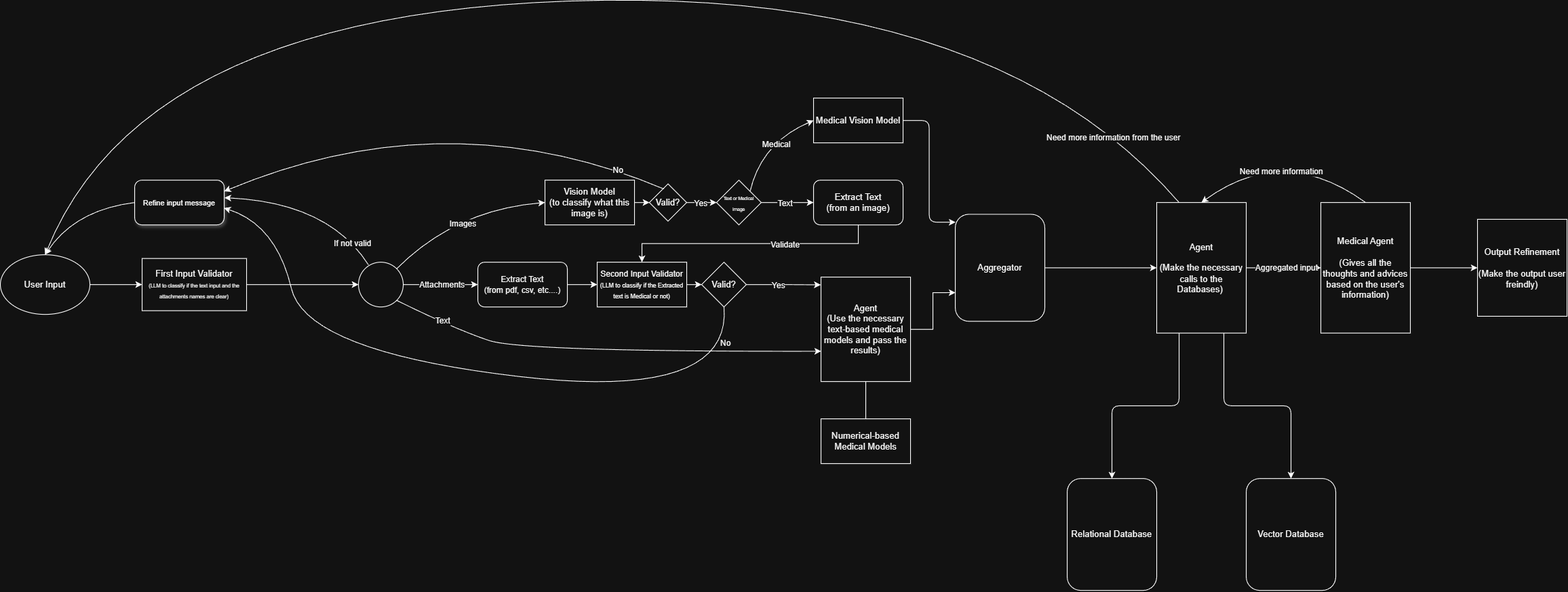
Above: Workflow Diagram/Workflow Diagram.drawio.png in Health-Agentic-AI/Health-Navigator (draw.io), before the change. Source tidied: cells renumbered, new cells last; positions are measured from the earlier drawing's top-left corner, leaving out a move shared by most shapes.
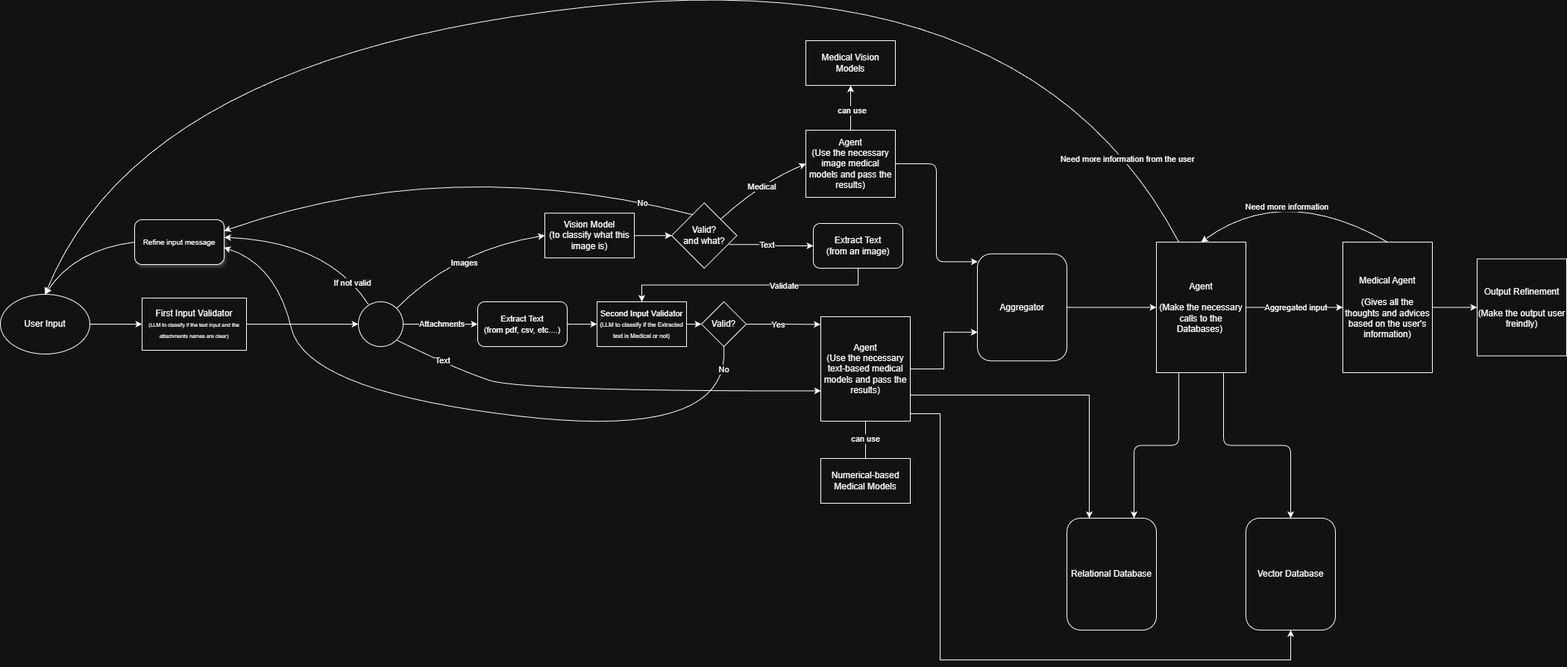
The same diagram one commit later.

Commit message:
Imporve the website's interface and update the workflow diagram

Diff of the diagram source:
```diff
@@ -43,11 +43,11 @@
     <mxCell id="12" value="&lt;span style=&quot;font-size: 10px;&quot;&gt;Refine input message&lt;/span&gt;" style="rounded=1;whiteSpace=wrap;html=1;direction=east;gradientColor=none;arcSize=16;shadow=1;glass=0;" parent="1" vertex="1">
       <mxGeometry x="180" y="260" width="120" height="60" as="geometry" />
     </mxCell>
-    <mxCell id="13" style="edgeStyle=orthogonalEdgeStyle;rounded=0;jettySize=auto;html=1;" parent="1" edge="1" source="14" target="23">
-      <mxGeometry relative="1" as="geometry" />
-    </mxCell>
+    <mxCell id="63" style="edgeStyle=orthogonalEdgeStyle;rounded=0;jettySize=auto;html=1;" parent="1" edge="1" source="14" target="65">
+      <mxGeometry relative="1" as="geometry" />
+    </mxCell>
     <mxCell id="14" value="Vision Model&lt;div&gt;(to classify what this image is)&lt;/div&gt;" style="rounded=0;whiteSpace=wrap;html=1;" parent="1" vertex="1">
-      <mxGeometry x="730" y="260" width="120" height="60" as="geometry" />
+      <mxGeometry x="730" y="251.2" width="120" height="60" as="geometry" />
     </mxCell>
     <mxCell id="15" style="edgeStyle=orthogonalEdgeStyle;jettySize=auto;html=1;exitX=1;exitY=0.5;exitDx=0;exitDy=0;entryX=0;entryY=0.5;entryDx=0;entryDy=0;" parent="1" edge="1" source="16" target="30">
       <mxGeometry relative="1" as="geometry" />
@@ -73,37 +73,37 @@
         </Array>
       </mxGeometry>
     </mxCell>
-    <mxCell id="20" value="Text" style="edgeLabel;html=1;align=center;verticalAlign=middle;" parent="19" vertex="1">
-      <mxGeometry x="-0.77" y="3" relative="1" as="geometry" />
-    </mxCell>
-    <mxCell id="21" style="edgeStyle=orthogonalEdgeStyle;jettySize=auto;html=1;exitX=1;exitY=0.5;exitDx=0;exitDy=0;entryX=0;entryY=0.5;entryDx=0;entryDy=0;" parent="1" edge="1" source="23" target="41">
-      <mxGeometry relative="1" as="geometry" />
-    </mxCell>
-    <mxCell id="22" value="Yes" style="edgeLabel;html=1;align=center;verticalAlign=middle;" parent="21" vertex="1">
-      <mxGeometry x="-0.12" relative="1" as="geometry" />
-    </mxCell>
-    <mxCell id="23" value="Valid?" style="rhombus;whiteSpace=wrap;html=1;rounded=0;" parent="1" vertex="1">
-      <mxGeometry x="870" y="265" width="50" height="50" as="geometry" />
-    </mxCell>
+    <mxCell id="64" value="Text" style="edgeLabel;html=1;align=center;verticalAlign=middle;" parent="19" vertex="1">
+      <mxGeometry x="-0.77" y="3" relative="1" as="geometry" />
+    </mxCell>
+    <mxCell id="65" value="Valid?&lt;div&gt;and what?&lt;/div&gt;" style="rhombus;whiteSpace=wrap;html=1;rounded=0;" parent="1" vertex="1">
+      <mxGeometry x="900" y="237.5" width="87.5" height="87.5" as="geometry" />
+    </mxCell>
     <mxCell id="24" style="edgeStyle=orthogonalEdgeStyle;rounded=0;jettySize=auto;html=1;exitX=0.5;exitY=1;exitDx=0;exitDy=0;entryX=0.5;entryY=0;entryDx=0;entryDy=0;" parent="1" edge="1" source="44" target="30">
       <mxGeometry relative="1" as="geometry" />
     </mxCell>
     <mxCell id="25" value="Validate" style="edgeLabel;html=1;align=center;verticalAlign=middle;" parent="24" vertex="1">
       <mxGeometry x="-0.27" y="1" relative="1" as="geometry" />
     </mxCell>
-    <mxCell id="26" value="Medical Vision Model" style="whiteSpace=wrap;html=1;rounded=0;" parent="1" vertex="1">
-      <mxGeometry x="1090" y="150" width="120" height="60" as="geometry" />
-    </mxCell>
-    <mxCell id="27" style="curved=1;endArrow=classic;html=1;entryX=1;entryY=0.25;entryDx=0;entryDy=0;exitX=0.39;exitY=0.137;exitDx=0;exitDy=0;exitPerimeter=0;" parent="1" edge="1" source="23" target="12">
-      <mxGeometry relative="1" as="geometry">
-        <Array as="points">
-          <mxPoint x="600" y="150" />
-        </Array>
-      </mxGeometry>
-    </mxCell>
-    <mxCell id="28" value="No" style="edgeLabel;html=1;align=center;verticalAlign=middle;" parent="27" vertex="1">
-      <mxGeometry x="-0.79" y="1" relative="1" as="geometry" />
-    </mxCell>
+    <mxCell id="66" style="edgeStyle=orthogonalEdgeStyle;rounded=0;jettySize=auto;html=1;exitX=0.5;exitY=0;exitDx=0;exitDy=0;entryX=0.5;entryY=1;entryDx=0;entryDy=0;" parent="1" edge="1" source="68" target="80">
+      <mxGeometry relative="1" as="geometry" />
+    </mxCell>
+    <mxCell id="67" value="can use" style="edgeLabel;html=1;align=center;verticalAlign=middle;" parent="66" vertex="1">
+      <mxGeometry x="-0.11" y="-1" relative="1" as="geometry" />
+    </mxCell>
+    <mxCell id="68" value="Agent&lt;div&gt;(Use the necessary image medical models and pass the results)&lt;/div&gt;" style="whiteSpace=wrap;html=1;rounded=0;" parent="1" vertex="1">
+      <mxGeometry x="1080" y="140" width="120" height="90" as="geometry" />
+    </mxCell>
+    <mxCell id="69" style="curved=1;endArrow=classic;html=1;entryX=1;entryY=0.25;entryDx=0;entryDy=0;exitX=0.32;exitY=0.179;exitDx=0;exitDy=0;exitPerimeter=0;" parent="1" edge="1" source="65" target="12">
+      <mxGeometry relative="1" as="geometry">
+        <Array as="points">
+          <mxPoint x="600" y="170" />
+        </Array>
+      </mxGeometry>
+    </mxCell>
+    <mxCell id="70" value="No" style="edgeLabel;html=1;align=center;verticalAlign=middle;" parent="69" vertex="1">
+      <mxGeometry x="-0.79" y="1" relative="1" as="geometry" />
+    </mxCell>
     <mxCell id="29" style="edgeStyle=orthogonalEdgeStyle;jettySize=auto;html=1;" parent="1" edge="1" source="30" target="33">
       <mxGeometry relative="1" as="geometry" />
     </mxCell>
@@ -113,9 +113,9 @@
     <mxCell id="31" style="edgeStyle=orthogonalEdgeStyle;jettySize=auto;html=1;entryX=-0.003;entryY=0.074;entryDx=0;entryDy=0;entryPerimeter=0;" parent="1" edge="1" source="33" target="55">
       <mxGeometry relative="1" as="geometry" />
     </mxCell>
-    <mxCell id="32" value="Yes" style="edgeLabel;html=1;align=center;verticalAlign=middle;" parent="31" vertex="1">
-      <mxGeometry x="-0.15" relative="1" as="geometry" />
-    </mxCell>
+    <mxCell id="71" value="Yes" style="edgeLabel;html=1;align=center;verticalAlign=middle;" parent="31" vertex="1">
+      <mxGeometry x="-0.15" relative="1" as="geometry" />
+    </mxCell>
     <mxCell id="33" value="Valid?" style="rhombus;whiteSpace=wrap;html=1;rounded=0;" parent="1" vertex="1">
       <mxGeometry x="940" y="370" width="60" height="60" as="geometry" />
     </mxCell>
@@ -128,44 +128,45 @@
         </Array>
       </mxGeometry>
     </mxCell>
-    <mxCell id="35" value="No" style="edgeLabel;html=1;align=center;verticalAlign=middle;" parent="34" vertex="1">
-      <mxGeometry x="-0.9" y="-2" relative="1" as="geometry" />
-    </mxCell>
+    <mxCell id="72" value="No" style="edgeLabel;html=1;align=center;verticalAlign=middle;" parent="34" vertex="1">
+      <mxGeometry x="-0.9" y="-2" relative="1" as="geometry">
+        <mxPoint x="-2" y="-18" as="offset" />
+      </mxGeometry>
+    </mxCell>
     <mxCell id="36" style="edgeStyle=orthogonalEdgeStyle;jettySize=auto;html=1;exitX=1;exitY=0.5;exitDx=0;exitDy=0;" parent="1" edge="1" source="37" target="49">
       <mxGeometry relative="1" as="geometry" />
     </mxCell>
     <mxCell id="37" value="Aggregator" style="rounded=1;whiteSpace=wrap;html=1;glass=0;" parent="1" vertex="1">
-      <mxGeometry x="1280" y="305.8" width="120" height="143.4" as="geometry" />
+      <mxGeometry x="1310" y="305.8" width="120" height="143.4" as="geometry" />
     </mxCell>
-    <mxCell id="38" style="edgeStyle=orthogonalEdgeStyle;jettySize=auto;html=1;exitX=1;exitY=0.5;exitDx=0;exitDy=0;entryX=0.003;entryY=0.074;entryDx=0;entryDy=0;entryPerimeter=0;" parent="1" edge="1" source="26" target="37">
-      <mxGeometry relative="1" as="geometry" />
-    </mxCell>
-    <mxCell id="39" style="edgeStyle=orthogonalEdgeStyle;jettySize=auto;html=1;exitX=1;exitY=0.5;exitDx=0;exitDy=0;entryX=0;entryY=0.5;entryDx=0;entryDy=0;" parent="1" edge="1" source="41" target="44">
-      <mxGeometry relative="1" as="geometry" />
-    </mxCell>
-    <mxCell id="40" value="Text" style="edgeLabel;html=1;align=center;verticalAlign=middle;" parent="39" vertex="1">
-      <mxGeometry x="-0.11" relative="1" as="geometry" />
-    </mxCell>
-    <mxCell id="41" value="&lt;font style=&quot;font-size: 6px;&quot;&gt;Text or Medical image&lt;/font&gt;" style="rhombus;whiteSpace=wrap;html=1;" parent="1" vertex="1">
-      <mxGeometry x="960" y="260" width="60" height="60" as="geometry" />
-    </mxCell>
-    <mxCell id="42" style="curved=1;endArrow=classic;html=1;exitX=1;exitY=0;exitDx=0;exitDy=0;entryX=0;entryY=0.5;entryDx=0;entryDy=0;" parent="1" edge="1" source="41" target="26">
-      <mxGeometry relative="1" as="geometry">
-        <Array as="points">
-          <mxPoint x="1020" y="210" />
-        </Array>
-      </mxGeometry>
-    </mxCell>
+    <mxCell id="73" style="edgeStyle=orthogonalEdgeStyle;jettySize=auto;html=1;exitX=1;exitY=0.5;exitDx=0;exitDy=0;entryX=0.003;entryY=0.074;entryDx=0;entryDy=0;entryPerimeter=0;" parent="1" edge="1" source="68" target="37">
+      <mxGeometry relative="1" as="geometry" />
+    </mxCell>
+    <mxCell id="74" style="edgeStyle=orthogonalEdgeStyle;jettySize=auto;html=1;exitX=0.878;exitY=0.637;exitDx=0;exitDy=0;entryX=0;entryY=0.5;entryDx=0;entryDy=0;exitPerimeter=0;" parent="1" edge="1" source="65" target="44">
+      <mxGeometry relative="1" as="geometry" />
+    </mxCell>
+    <mxCell id="75" value="Text" style="edgeLabel;html=1;align=center;verticalAlign=middle;" parent="74" vertex="1">
+      <mxGeometry x="-0.11" relative="1" as="geometry" />
+    </mxCell>
+    <mxCell id="76" style="curved=1;endArrow=classic;html=1;exitX=1;exitY=0;exitDx=0;exitDy=0;entryX=0;entryY=0.5;entryDx=0;entryDy=0;" parent="1" edge="1" source="65" target="68">
+      <mxGeometry relative="1" as="geometry">
+        <Array as="points">
+          <mxPoint x="1020" y="210" />
+        </Array>
+      </mxGeometry>
+    </mxCell>
-    <mxCell id="43" value="Medical" style="edgeLabel;html=1;align=center;verticalAlign=middle;" parent="42" vertex="1">
-      <mxGeometry x="0.17" y="-9" relative="1" as="geometry" />
+    <mxCell id="43" value="Medical" style="edgeLabel;html=1;align=center;verticalAlign=middle;" parent="76" vertex="1">
+      <mxGeometry x="0.17" y="-9" relative="1" as="geometry">
+        <mxPoint x="-10" as="offset" />
+      </mxGeometry>
     </mxCell>
     <mxCell id="44" value="Extract Text&lt;div&gt;(from an image)&lt;/div&gt;" style="rounded=1;whiteSpace=wrap;html=1;" parent="1" vertex="1">
-      <mxGeometry x="1090" y="260" width="120" height="60" as="geometry" />
+      <mxGeometry x="1090" y="265" width="120" height="60" as="geometry" />
     </mxCell>
     <mxCell id="45" style="edgeStyle=orthogonalEdgeStyle;jettySize=auto;html=1;exitX=0.75;exitY=1;exitDx=0;exitDy=0;entryX=0.5;entryY=0;entryDx=0;entryDy=0;" parent="1" edge="1" source="49" target="50">
       <mxGeometry relative="1" as="geometry" />
     </mxCell>
-    <mxCell id="46" style="edgeStyle=orthogonalEdgeStyle;jettySize=auto;html=1;exitX=0.25;exitY=1;exitDx=0;exitDy=0;entryX=0.5;entryY=0;entryDx=0;entryDy=0;" parent="1" edge="1" source="49" target="51">
+    <mxCell id="46" style="edgeStyle=orthogonalEdgeStyle;jettySize=auto;html=1;exitX=0.25;exitY=1;exitDx=0;exitDy=0;entryX=0.75;entryY=0;entryDx=0;entryDy=0;" parent="1" edge="1" source="49" target="51">
       <mxGeometry relative="1" as="geometry" />
     </mxCell>
     <mxCell id="47" style="edgeStyle=orthogonalEdgeStyle;jettySize=auto;html=1;exitX=1;exitY=0.5;exitDx=0;exitDy=0;" parent="1" edge="1" source="49" target="53">
@@ -189,11 +190,24 @@
       <mxGeometry relative="1" as="geometry" />
     </mxCell>
     <mxCell id="53" value="Medical Agent&lt;div&gt;&lt;br&gt;&lt;div&gt;(Gives all the thoughts and advices based on the user's information)&lt;/div&gt;&lt;/div&gt;" style="rounded=0;whiteSpace=wrap;html=1;" parent="1" vertex="1">
-      <mxGeometry x="1770" y="290" width="120" height="175" as="geometry" />
+      <mxGeometry x="1800" y="290" width="120" height="175" as="geometry" />
     </mxCell>
     <mxCell id="54" value="Output Refinement&lt;div&gt;&lt;br&gt;&lt;/div&gt;&lt;div&gt;(Make the output user freindly)&lt;/div&gt;" style="rounded=0;whiteSpace=wrap;html=1;" parent="1" vertex="1">
       <mxGeometry x="1980" y="312.5" width="120" height="130" as="geometry" />
     </mxCell>
+    <mxCell id="77" style="edgeStyle=orthogonalEdgeStyle;rounded=0;jettySize=auto;html=1;exitX=1;exitY=0.75;exitDx=0;exitDy=0;entryX=0.25;entryY=0;entryDx=0;entryDy=0;" parent="1" edge="1" source="55" target="51">
+      <mxGeometry relative="1" as="geometry" />
+    </mxCell>
+    <mxCell id="78" style="edgeStyle=orthogonalEdgeStyle;rounded=0;jettySize=auto;html=1;exitX=1;exitY=1;exitDx=0;exitDy=0;entryX=0.5;entryY=1;entryDx=0;entryDy=0;" parent="1" edge="1" target="50">
+      <mxGeometry relative="1" as="geometry">
+        <mxPoint x="1220" y="520" as="sourcePoint" />
+        <Array as="points">
+          <mxPoint x="1260" y="520" />
+          <mxPoint x="1260" y="850" />
+          <mxPoint x="1730" y="850" />
+        </Array>
+      </mxGeometry>
+    </mxCell>
     <mxCell id="55" value="Agent&lt;div&gt;(Use the necessary text-based medical models and pass the results)&lt;/div&gt;" style="rounded=0;whiteSpace=wrap;html=1;" parent="1" vertex="1">
       <mxGeometry x="1100" y="390" width="120" height="140" as="geometry" />
     </mxCell>
@@ -203,6 +217,9 @@
     <mxCell id="57" style="endArrow=none;html=1;rounded=0;entryX=0.5;entryY=1;entryDx=0;entryDy=0;exitX=0.5;exitY=0;exitDx=0;exitDy=0;" parent="1" edge="1" source="56" target="55">
       <mxGeometry relative="1" as="geometry" />
     </mxCell>
+    <mxCell id="79" value="can use" style="edgeLabel;html=1;align=center;verticalAlign=middle;" parent="57" vertex="1">
+      <mxGeometry x="0.07" y="1" relative="1" as="geometry" />
+    </mxCell>
     <mxCell id="58" style="edgeStyle=orthogonalEdgeStyle;rounded=0;jettySize=auto;html=1;exitX=1;exitY=0.5;exitDx=0;exitDy=0;entryX=0.002;entryY=0.732;entryDx=0;entryDy=0;entryPerimeter=0;" parent="1" edge="1" source="55" target="37">
       <mxGeometry relative="1" as="geometry" />
     </mxCell>
@@ -219,7 +236,7 @@
     <mxCell id="61" style="curved=1;endArrow=classic;html=1;rounded=0;exitX=0.25;exitY=0;exitDx=0;exitDy=0;entryX=0.5;entryY=0;entryDx=0;entryDy=0;" parent="1" edge="1" source="49" target="3">
       <mxGeometry relative="1" as="geometry">
         <Array as="points">
-          <mxPoint x="1330" />
+          <mxPoint x="1380" y="-90" />
           <mxPoint x="190" y="40" />
         </Array>
       </mxGeometry>
@@ -227,5 +244,8 @@
     <mxCell id="62" value="Need more information from the user" style="edgeLabel;html=1;align=center;verticalAlign=middle;" parent="61" vertex="1">
       <mxGeometry x="-0.87" y="10" relative="1" as="geometry" />
     </mxCell>
+    <mxCell id="80" value="Medical Vision Models" style="whiteSpace=wrap;html=1;rounded=0;" parent="1" vertex="1">
+      <mxGeometry x="1080" y="20" width="120" height="60" as="geometry" />
+    </mxCell>
   </root>
 </mxGraphModel>
```
